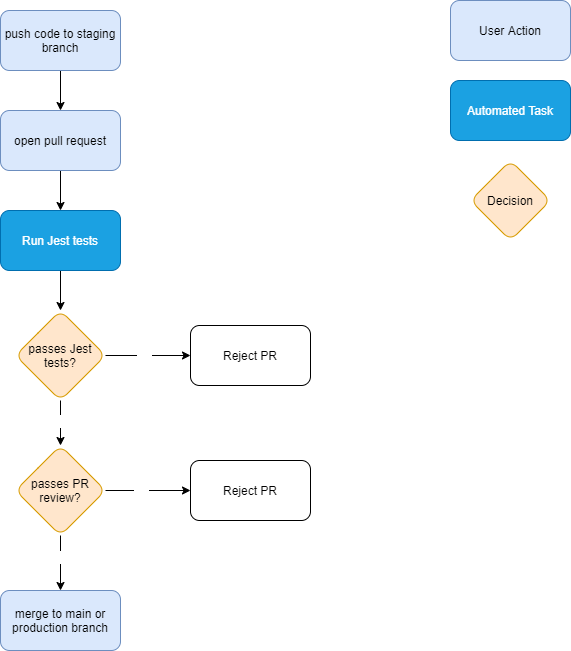
This is pipeline/phase1.drawio.png from Kelynn23/cse110-w21-group22, a draw.io export, as it was before one commit. Source tidied: cells renumbered, new cells last; positions are measured from the earlier drawing's top-left corner, leaving out a move shared by most shapes. The source it was exported from:
```xml
<mxGraphModel>
  <root>
    <mxCell id="0" />
    <mxCell id="1" parent="0" />
    <mxCell id="2" style="edgeStyle=orthogonalEdgeStyle;rounded=0;jettySize=auto;html=1;exitX=0.5;exitY=1;exitDx=0;exitDy=0;entryX=0.5;entryY=0;entryDx=0;entryDy=0;fontColor=#ffffff;" parent="1" edge="1" source="3" target="6">
      <mxGeometry relative="1" as="geometry" />
    </mxCell>
    <mxCell id="3" value="&lt;font color=&quot;#000000&quot;&gt;push code to staging branch&lt;/font&gt;" style="rounded=1;whiteSpace=wrap;html=1;fillColor=#dae8fc;strokeColor=#6c8ebf;" parent="1" vertex="1">
      <mxGeometry y="10" width="120" height="60" as="geometry" />
    </mxCell>
    <mxCell id="4" value="&lt;font color=&quot;#000000&quot;&gt;merge to main or production branch&lt;/font&gt;" style="rounded=1;whiteSpace=wrap;html=1;strokeColor=#6c8ebf;fillColor=#dae8fc;" parent="1" vertex="1">
      <mxGeometry y="590" width="120" height="60" as="geometry" />
    </mxCell>
    <mxCell id="5" style="edgeStyle=orthogonalEdgeStyle;rounded=0;jettySize=auto;html=1;exitX=0.5;exitY=1;exitDx=0;exitDy=0;fontColor=#ffffff;entryX=0.5;entryY=0;entryDx=0;entryDy=0;" parent="1" edge="1" source="6" target="14">
      <mxGeometry relative="1" as="geometry" />
    </mxCell>
    <mxCell id="6" value="&lt;font color=&quot;#000000&quot;&gt;open pull request&lt;/font&gt;" style="rounded=1;whiteSpace=wrap;html=1;strokeColor=#6c8ebf;fillColor=#dae8fc;" parent="1" vertex="1">
      <mxGeometry y="110" width="120" height="60" as="geometry" />
    </mxCell>
    <mxCell id="7" style="edgeStyle=orthogonalEdgeStyle;rounded=0;jettySize=auto;html=1;exitX=1;exitY=0.5;exitDx=0;exitDy=0;entryX=0;entryY=0.5;entryDx=0;entryDy=0;fontColor=#ffffff;" parent="1" edge="1" source="11" target="12">
      <mxGeometry relative="1" as="geometry" />
    </mxCell>
    <mxCell id="8" value="No" style="edgeLabel;html=1;align=center;verticalAlign=middle;fontColor=#ffffff;" parent="7" vertex="1">
      <mxGeometry x="0.24" relative="1" as="geometry">
        <mxPoint x="-17.6" as="offset" />
      </mxGeometry>
    </mxCell>
    <mxCell id="9" style="edgeStyle=orthogonalEdgeStyle;rounded=0;jettySize=auto;html=1;exitX=0.5;exitY=1;exitDx=0;exitDy=0;entryX=0.5;entryY=0;entryDx=0;entryDy=0;fontColor=#ffffff;" parent="1" edge="1" source="11" target="4">
      <mxGeometry relative="1" as="geometry" />
    </mxCell>
    <mxCell id="10" value="Yes" style="edgeLabel;html=1;align=center;verticalAlign=middle;fontColor=#ffffff;" parent="9" vertex="1">
      <mxGeometry x="-0.24" y="-1" relative="1" as="geometry" />
    </mxCell>
    <mxCell id="11" value="&lt;font color=&quot;#000000&quot;&gt;passes PR review?&lt;/font&gt;" style="rhombus;whiteSpace=wrap;html=1;rounded=1;strokeColor=#d79b00;fillColor=#ffe6cc;" parent="1" vertex="1">
      <mxGeometry x="15" y="445" width="90" height="90" as="geometry" />
    </mxCell>
    <mxCell id="12" value="Reject PR" style="rounded=1;whiteSpace=wrap;html=1;" parent="1" vertex="1">
      <mxGeometry x="190" y="460" width="120" height="60" as="geometry" />
    </mxCell>
    <mxCell id="13" style="edgeStyle=orthogonalEdgeStyle;rounded=0;jettySize=auto;html=1;exitX=0.5;exitY=1;exitDx=0;exitDy=0;entryX=0.5;entryY=0;entryDx=0;entryDy=0;fontColor=#ffffff;" parent="1" edge="1" source="14" target="19">
      <mxGeometry relative="1" as="geometry" />
    </mxCell>
    <mxCell id="14" value="Run Jest tests" style="rounded=1;whiteSpace=wrap;html=1;strokeColor=#006EAF;fillColor=#1ba1e2;fontColor=#ffffff;" parent="1" vertex="1">
      <mxGeometry y="210" width="120" height="60" as="geometry" />
    </mxCell>
    <mxCell id="15" style="edgeStyle=orthogonalEdgeStyle;rounded=0;jettySize=auto;html=1;exitX=0.5;exitY=1;exitDx=0;exitDy=0;entryX=0.5;entryY=0;entryDx=0;entryDy=0;fontColor=#ffffff;" parent="1" edge="1" source="19" target="11">
      <mxGeometry relative="1" as="geometry" />
    </mxCell>
    <mxCell id="16" value="Yes" style="edgeLabel;html=1;align=center;verticalAlign=middle;fontColor=#ffffff;" parent="15" vertex="1">
      <mxGeometry x="0.19" relative="1" as="geometry">
        <mxPoint y="-6.7" as="offset" />
      </mxGeometry>
    </mxCell>
    <mxCell id="17" style="edgeStyle=orthogonalEdgeStyle;rounded=0;jettySize=auto;html=1;entryX=0;entryY=0.5;entryDx=0;entryDy=0;fontColor=#ffffff;exitX=1;exitY=0.5;exitDx=0;exitDy=0;" parent="1" edge="1" source="19" target="20">
      <mxGeometry relative="1" as="geometry" />
    </mxCell>
    <mxCell id="18" value="No" style="edgeLabel;html=1;align=center;verticalAlign=middle;fontColor=#ffffff;" parent="17" vertex="1">
      <mxGeometry x="-0.28" relative="1" as="geometry">
        <mxPoint x="7.4" as="offset" />
      </mxGeometry>
    </mxCell>
    <mxCell id="19" value="&lt;font color=&quot;#000000&quot;&gt;passes Jest tests?&lt;/font&gt;" style="rhombus;whiteSpace=wrap;html=1;rounded=1;strokeColor=#d79b00;fillColor=#ffe6cc;" parent="1" vertex="1">
      <mxGeometry x="15" y="310" width="90" height="90" as="geometry" />
    </mxCell>
    <mxCell id="20" value="Reject PR" style="rounded=1;whiteSpace=wrap;html=1;" parent="1" vertex="1">
      <mxGeometry x="190" y="325" width="120" height="60" as="geometry" />
    </mxCell>
    <mxCell id="21" value="Automated Task" style="rounded=1;whiteSpace=wrap;html=1;strokeColor=#006EAF;fillColor=#1ba1e2;fontColor=#ffffff;" parent="1" vertex="1">
      <mxGeometry x="450" y="80" width="120" height="60" as="geometry" />
    </mxCell>
    <mxCell id="22" value="&lt;font color=&quot;#000000&quot;&gt;User Action&lt;/font&gt;" style="rounded=1;whiteSpace=wrap;html=1;strokeColor=#6c8ebf;fillColor=#dae8fc;" parent="1" vertex="1">
      <mxGeometry x="450" width="120" height="60" as="geometry" />
    </mxCell>
    <mxCell id="23" value="&lt;font color=&quot;#000000&quot;&gt;Decision&lt;/font&gt;" style="rhombus;whiteSpace=wrap;html=1;rounded=1;strokeColor=#d79b00;fillColor=#ffe6cc;" parent="1" vertex="1">
      <mxGeometry x="470" y="160" width="80" height="80" as="geometry" />
    </mxCell>
  </root>
</mxGraphModel>
```
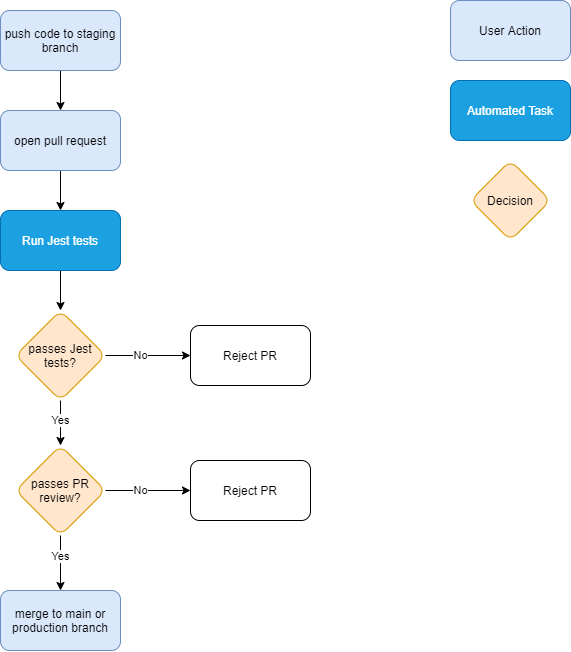
The same diagram one commit later.

Commit message:
updated pipeline diagram

What changed in the source:
```diff
@@ -20,7 +20,7 @@
     <mxCell id="7" style="edgeStyle=orthogonalEdgeStyle;rounded=0;jettySize=auto;html=1;exitX=1;exitY=0.5;exitDx=0;exitDy=0;entryX=0;entryY=0.5;entryDx=0;entryDy=0;fontColor=#ffffff;" parent="1" edge="1" source="11" target="12">
       <mxGeometry relative="1" as="geometry" />
     </mxCell>
-    <mxCell id="8" value="No" style="edgeLabel;html=1;align=center;verticalAlign=middle;fontColor=#ffffff;" parent="7" vertex="1">
+    <mxCell id="8" value="No" style="edgeLabel;html=1;align=center;verticalAlign=middle;fontColor=#000000;labelBackgroundColor=#ffffff;" parent="7" vertex="1">
       <mxGeometry x="0.24" relative="1" as="geometry">
         <mxPoint x="-17.6" as="offset" />
       </mxGeometry>
@@ -28,8 +28,10 @@
     <mxCell id="9" style="edgeStyle=orthogonalEdgeStyle;rounded=0;jettySize=auto;html=1;exitX=0.5;exitY=1;exitDx=0;exitDy=0;entryX=0.5;entryY=0;entryDx=0;entryDy=0;fontColor=#ffffff;" parent="1" edge="1" source="11" target="4">
       <mxGeometry relative="1" as="geometry" />
     </mxCell>
-    <mxCell id="10" value="Yes" style="edgeLabel;html=1;align=center;verticalAlign=middle;fontColor=#ffffff;" parent="9" vertex="1">
-      <mxGeometry x="-0.24" y="-1" relative="1" as="geometry" />
+    <mxCell id="10" value="Yes" style="edgeLabel;html=1;align=center;verticalAlign=middle;fontColor=#000000;labelBackgroundColor=#ffffff;" parent="9" vertex="1">
+      <mxGeometry x="-0.24" y="-1" relative="1" as="geometry">
+        <mxPoint x="1" as="offset" />
+      </mxGeometry>
     </mxCell>
     <mxCell id="11" value="&lt;font color=&quot;#000000&quot;&gt;passes PR review?&lt;/font&gt;" style="rhombus;whiteSpace=wrap;html=1;rounded=1;strokeColor=#d79b00;fillColor=#ffe6cc;" parent="1" vertex="1">
       <mxGeometry x="15" y="445" width="90" height="90" as="geometry" />
@@ -46,7 +48,7 @@
     <mxCell id="15" style="edgeStyle=orthogonalEdgeStyle;rounded=0;jettySize=auto;html=1;exitX=0.5;exitY=1;exitDx=0;exitDy=0;entryX=0.5;entryY=0;entryDx=0;entryDy=0;fontColor=#ffffff;" parent="1" edge="1" source="19" target="11">
       <mxGeometry relative="1" as="geometry" />
     </mxCell>
-    <mxCell id="16" value="Yes" style="edgeLabel;html=1;align=center;verticalAlign=middle;fontColor=#ffffff;" parent="15" vertex="1">
+    <mxCell id="16" value="Yes" style="edgeLabel;html=1;align=center;verticalAlign=middle;fontColor=#000000;labelBackgroundColor=#ffffff;" parent="15" vertex="1">
       <mxGeometry x="0.19" relative="1" as="geometry">
         <mxPoint y="-6.7" as="offset" />
       </mxGeometry>
@@ -54,9 +56,9 @@
     <mxCell id="17" style="edgeStyle=orthogonalEdgeStyle;rounded=0;jettySize=auto;html=1;entryX=0;entryY=0.5;entryDx=0;entryDy=0;fontColor=#ffffff;exitX=1;exitY=0.5;exitDx=0;exitDy=0;" parent="1" edge="1" source="19" target="20">
       <mxGeometry relative="1" as="geometry" />
     </mxCell>
-    <mxCell id="18" value="No" style="edgeLabel;html=1;align=center;verticalAlign=middle;fontColor=#ffffff;" parent="17" vertex="1">
+    <mxCell id="18" value="No" style="edgeLabel;html=1;align=center;verticalAlign=middle;fontColor=#000000;labelBackgroundColor=#ffffff;" parent="17" vertex="1">
       <mxGeometry x="-0.28" relative="1" as="geometry">
-        <mxPoint x="7.4" as="offset" />
+        <mxPoint x="4.2" as="offset" />
       </mxGeometry>
     </mxCell>
     <mxCell id="19" value="&lt;font color=&quot;#000000&quot;&gt;passes Jest tests?&lt;/font&gt;" style="rhombus;whiteSpace=wrap;html=1;rounded=1;strokeColor=#d79b00;fillColor=#ffe6cc;" parent="1" vertex="1">
```
